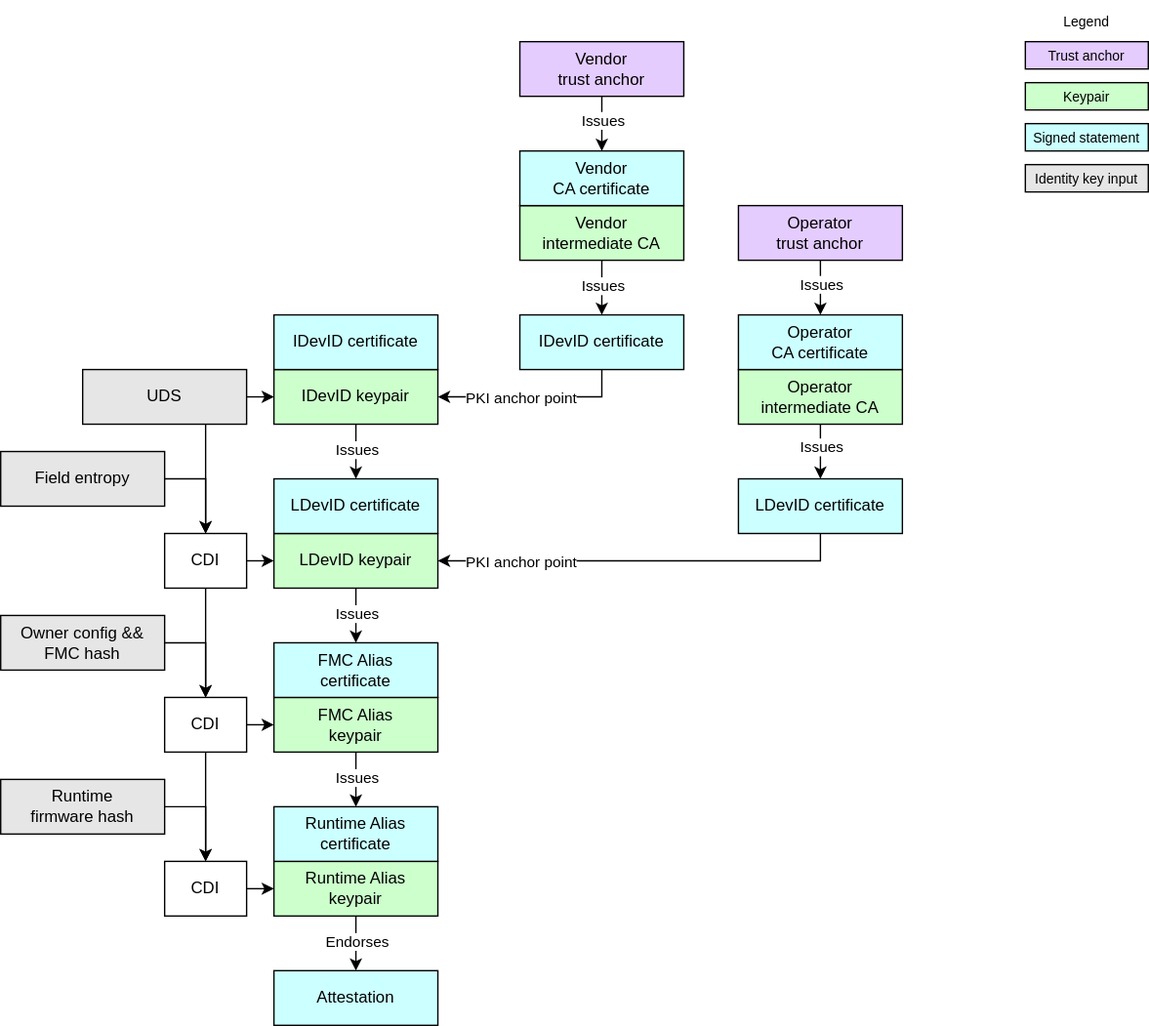
The draw.io diagram specifications/device-trust-anchor-management/diagrams/identity_key_derivation.drawio.svg in opencomputeproject/Security, before a commit. Source tidied: cells renumbered, new cells last; positions are measured from the earlier drawing's top-left corner, leaving out a move shared by most shapes.
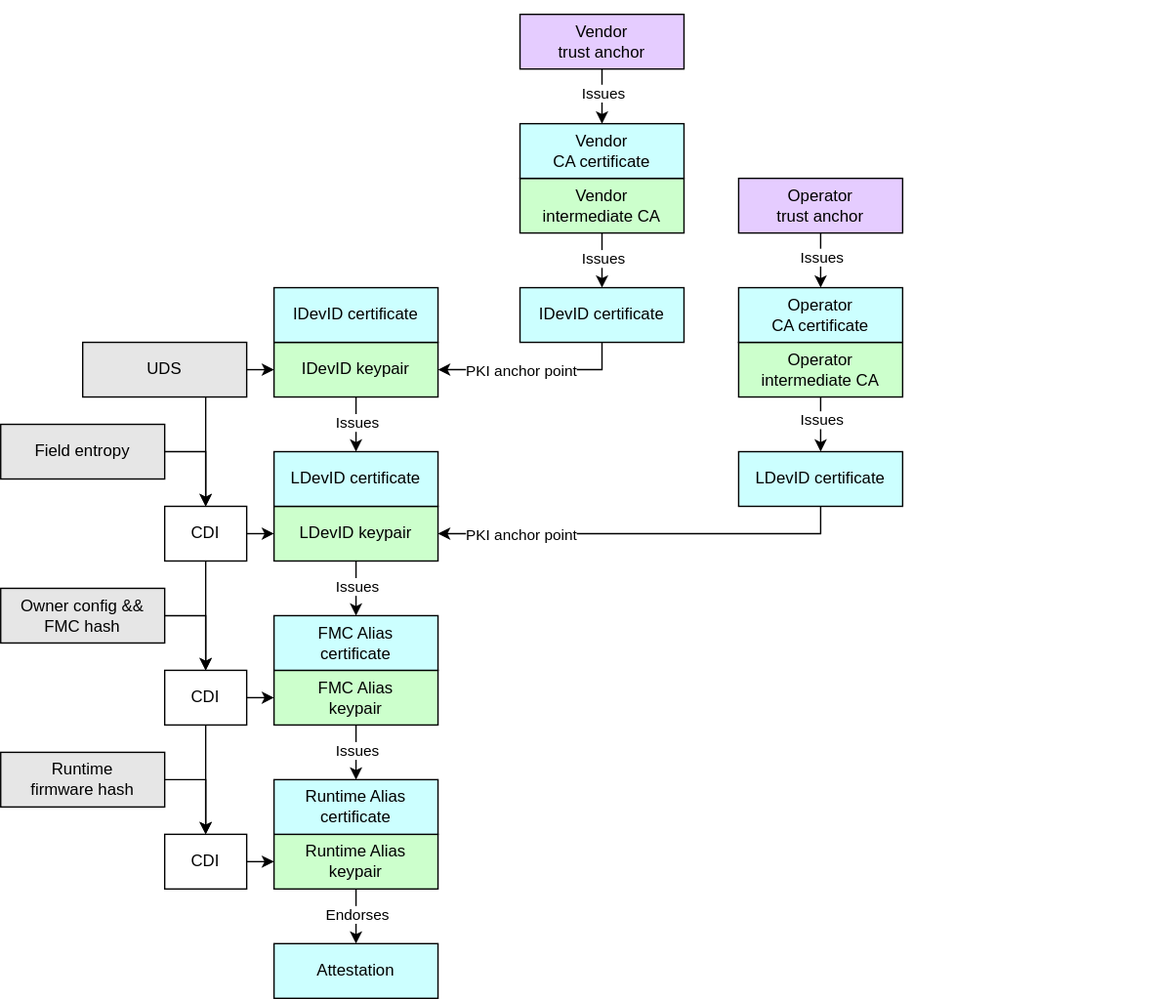
After the commit.

Change to the diagram source:
```diff
@@ -2,18 +2,6 @@
   <root>
     <mxCell id="0" />
     <mxCell id="1" parent="0" />
-    <mxCell id="2" value="&lt;div&gt;&lt;font color=&quot;#000000&quot;&gt;Trust anchor&lt;/font&gt;&lt;/div&gt;" style="rounded=0;whiteSpace=wrap;html=1;align=center;verticalAlign=middle;shadow=0;glass=0;spacingLeft=0;spacingBottom=0;spacingTop=0;fillColor=#E5CCFF;fontSize=10;" parent="1" vertex="1">
-      <mxGeometry x="750" y="30" width="90" height="20" as="geometry" />
-    </mxCell>
-    <mxCell id="3" value="Legend" style="text;strokeColor=none;align=center;fillColor=none;html=1;verticalAlign=middle;whiteSpace=wrap;rounded=0;fontSize=10;" parent="1" vertex="1">
-      <mxGeometry x="765" width="60" height="30" as="geometry" />
-    </mxCell>
-    <mxCell id="4" value="&lt;div&gt;&lt;font color=&quot;#000000&quot;&gt;Signed statement&lt;/font&gt;&lt;/div&gt;" style="rounded=0;whiteSpace=wrap;html=1;align=center;verticalAlign=middle;shadow=0;glass=0;spacingLeft=0;spacingBottom=0;spacingTop=0;fillColor=#CCFFFF;fontSize=10;" parent="1" vertex="1">
-      <mxGeometry x="750" y="90" width="90" height="20" as="geometry" />
-    </mxCell>
-    <mxCell id="5" value="&lt;div&gt;&lt;font color=&quot;#000000&quot;&gt;Keypair&lt;/font&gt;&lt;/div&gt;" style="rounded=0;whiteSpace=wrap;html=1;align=center;verticalAlign=middle;shadow=0;glass=0;spacingLeft=0;spacingBottom=0;spacingTop=0;fillColor=#CCFFCC;fontSize=10;" parent="1" vertex="1">
-      <mxGeometry x="750" y="60" width="90" height="20" as="geometry" />
-    </mxCell>
     <mxCell id="6" style="edgeStyle=none;html=1;exitX=0.5;exitY=1;exitDx=0;exitDy=0;entryX=0.5;entryY=0;entryDx=0;entryDy=0;" parent="1" edge="1" source="8" target="21">
       <mxGeometry relative="1" as="geometry" />
     </mxCell>
@@ -127,9 +115,6 @@
     <mxCell id="40" value="CDI" style="rounded=0;whiteSpace=wrap;html=1;align=center;verticalAlign=middle;shadow=0;glass=0;spacingLeft=0;spacingBottom=0;spacingTop=0;fillColor=#FFFFFF;" parent="1" vertex="1">
       <mxGeometry x="120" y="630" width="60" height="40" as="geometry" />
     </mxCell>
-    <mxCell id="41" value="&lt;div&gt;&lt;font color=&quot;#000000&quot;&gt;Identity key input&lt;/font&gt;&lt;/div&gt;" style="rounded=0;whiteSpace=wrap;html=1;align=center;verticalAlign=middle;shadow=0;glass=0;spacingLeft=0;spacingBottom=0;spacingTop=0;fillColor=#E6E6E6;fontSize=10;" parent="1" vertex="1">
-      <mxGeometry x="750" y="120" width="90" height="20" as="geometry" />
-    </mxCell>
     <mxCell id="42" style="edgeStyle=orthogonalEdgeStyle;html=1;exitX=0.5;exitY=1;exitDx=0;exitDy=0;entryX=1;entryY=0.5;entryDx=0;entryDy=0;rounded=0;" parent="1" edge="1" source="44" target="16">
       <mxGeometry relative="1" as="geometry" />
     </mxCell>
@@ -198,5 +183,8 @@
     <mxCell id="61" value="Operator&lt;div&gt;trust anchor&lt;/div&gt;" style="rounded=0;whiteSpace=wrap;html=1;align=center;verticalAlign=middle;shadow=0;glass=0;spacingLeft=0;spacingBottom=0;spacingTop=0;fillColor=#E5CCFF;" parent="1" vertex="1">
       <mxGeometry x="540" y="150" width="120" height="40" as="geometry" />
     </mxCell>
+    <mxCell id="62" style="rounded=0;whiteSpace=wrap;html=1;align=center;verticalAlign=middle;shadow=0;glass=0;spacingLeft=0;spacingBottom=0;spacingTop=0;fillColor=#FFFFFF;fontSize=10;strokeColor=#FFFFFF;" parent="1" vertex="1">
+      <mxGeometry x="760" y="20" width="90" height="20" as="geometry" />
+    </mxCell>
   </root>
 </mxGraphModel>
```
